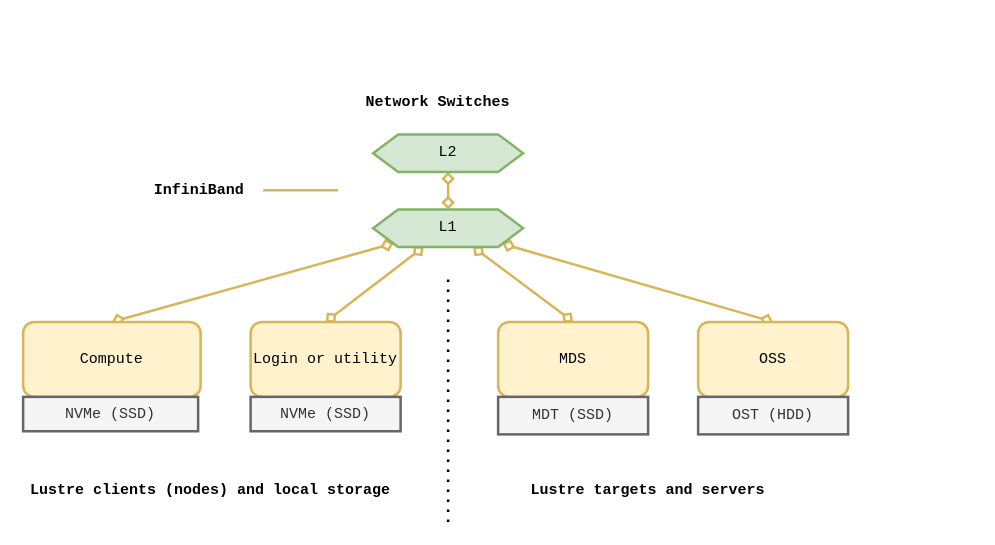
Before: content/figures/puhti-hardware.drawio in jaantollander/masters-thesis, a draw.io diagram. Source tidied: cells renumbered, new cells numbered last; positions are measured from the earlier drawing's top-left corner, leaving out a move shared by most shapes. Both pictures are drawn from the tidied source at 125%, with x=0, y=0 at pixel (22, 84).
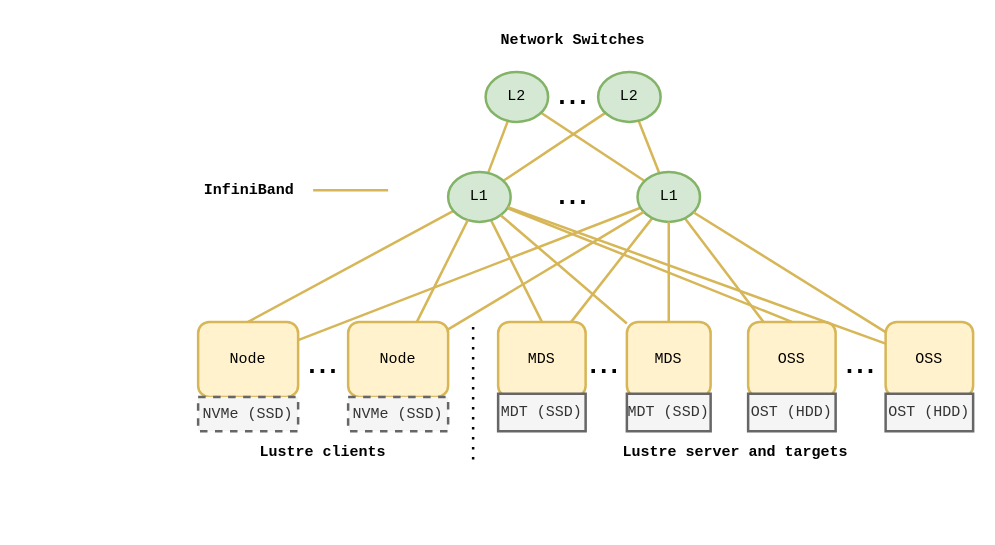
After the change.

Commit message (it also covers changes not shown here):
improved figure

Diff of the diagram source:
```diff
@@
-    <mxCell id="2" style="rounded=0;jettySize=auto;html=1;fillColor=#fff2cc;strokeColor=#d6b656;startArrow=diamond;startFill=0;endArrow=diamond;endFill=0;strokeWidth=2;fontFamily=Courier New;exitX=0.5;exitY=0;exitDx=0;exitDy=0;" parent="1" edge="1" source="3" target="11">
+    <mxCell id="2" style="rounded=0;jettySize=auto;html=1;fillColor=#fff2cc;strokeColor=#d6b656;startArrow=none;startFill=0;endArrow=none;endFill=0;strokeWidth=2;fontFamily=Courier New;exitX=0.5;exitY=0;exitDx=0;exitDy=0;" parent="1" edge="1" source="3" target="11">
       <mxGeometry relative="1" as="geometry" />
     </mxCell>
+    <mxCell id="23" style="edgeStyle=none;rounded=0;jettySize=auto;html=1;strokeWidth=2;startArrow=none;startFill=0;endArrow=none;endFill=0;fillColor=#fff2cc;strokeColor=#d6b656;" parent="1" edge="1" source="3" target="30">
+      <mxGeometry relative="1" as="geometry" />
+    </mxCell>
-    <mxCell id="3" value="Compute" style="rounded=1;whiteSpace=wrap;html=1;strokeWidth=2;fontFamily=Courier New;fillColor=#fff2cc;strokeColor=#d6b656;" parent="1" vertex="1">
-      <mxGeometry y="190" width="142" height="60" as="geometry" />
+    <mxCell id="3" value="Node" style="rounded=1;whiteSpace=wrap;html=1;strokeWidth=2;fontFamily=Courier New;fillColor=#fff2cc;strokeColor=#d6b656;" parent="1" vertex="1">
+      <mxGeometry x="140" y="190" width="80" height="60" as="geometry" />
     </mxCell>
-    <mxCell id="4" style="rounded=0;jettySize=auto;html=1;fillColor=#fff2cc;strokeColor=#d6b656;endArrow=diamond;endFill=0;strokeWidth=2;startArrow=diamond;startFill=0;fontFamily=Courier New;exitX=0.5;exitY=0;exitDx=0;exitDy=0;" parent="1" edge="1" source="5" target="11">
-      <mxGeometry relative="1" as="geometry" />
-    </mxCell>
-    <mxCell id="5" value="Login or utility" style="rounded=1;whiteSpace=wrap;html=1;strokeWidth=2;fontFamily=Courier New;fillColor=#fff2cc;strokeColor=#d6b656;" parent="1" vertex="1">
-      <mxGeometry x="182" y="190" width="120" height="60" as="geometry" />
-    </mxCell>
-    <mxCell id="6" style="rounded=0;jettySize=auto;html=1;fillColor=#fff2cc;strokeColor=#d6b656;endArrow=diamond;endFill=0;strokeWidth=2;startArrow=diamond;startFill=0;fontFamily=Courier New;exitX=0.5;exitY=0;exitDx=0;exitDy=0;" parent="1" edge="1" source="7" target="11">
+    <mxCell id="6" style="rounded=0;jettySize=auto;html=1;fillColor=#fff2cc;strokeColor=#d6b656;endArrow=none;endFill=0;strokeWidth=2;startArrow=none;startFill=0;fontFamily=Courier New;exitX=0.5;exitY=0;exitDx=0;exitDy=0;" parent="1" edge="1" source="7" target="11">
       <mxGeometry relative="1" as="geometry" />
     </mxCell>
+    <mxCell id="24" style="edgeStyle=none;rounded=0;jettySize=auto;html=1;strokeWidth=2;startArrow=none;startFill=0;endArrow=none;endFill=0;fillColor=#fff2cc;strokeColor=#d6b656;" parent="1" edge="1" source="7" target="30">
+      <mxGeometry relative="1" as="geometry" />
+    </mxCell>
     <mxCell id="7" value="MDS" style="rounded=1;whiteSpace=wrap;html=1;strokeWidth=2;fontFamily=Courier New;fillColor=#fff2cc;strokeColor=#d6b656;" parent="1" vertex="1">
-      <mxGeometry x="380" y="190" width="120" height="60" as="geometry" />
+      <mxGeometry x="380" y="190" width="70" height="60" as="geometry" />
     </mxCell>
-    <mxCell id="8" style="rounded=0;jettySize=auto;html=1;fillColor=#fff2cc;strokeColor=#d6b656;endArrow=diamond;endFill=0;strokeWidth=2;startArrow=diamond;startFill=0;fontFamily=Courier New;exitX=0.5;exitY=0;exitDx=0;exitDy=0;" parent="1" edge="1" source="9" target="11">
+    <mxCell id="8" style="rounded=0;jettySize=auto;html=1;fillColor=#fff2cc;strokeColor=#d6b656;endArrow=none;endFill=0;strokeWidth=2;startArrow=none;startFill=0;fontFamily=Courier New;exitX=0.5;exitY=0;exitDx=0;exitDy=0;" parent="1" edge="1" source="9" target="11">
       <mxGeometry relative="1" as="geometry" />
     </mxCell>
+    <mxCell id="25" style="edgeStyle=none;rounded=0;jettySize=auto;html=1;strokeWidth=2;startArrow=none;startFill=0;endArrow=none;endFill=0;fillColor=#fff2cc;strokeColor=#d6b656;" parent="1" edge="1" source="9" target="30">
+      <mxGeometry relative="1" as="geometry" />
+    </mxCell>
     <mxCell id="9" value="OSS" style="rounded=1;whiteSpace=wrap;html=1;strokeWidth=2;fontFamily=Courier New;fillColor=#fff2cc;strokeColor=#d6b656;" parent="1" vertex="1">
-      <mxGeometry x="540" y="190" width="120" height="60" as="geometry" />
+      <mxGeometry x="580" y="190" width="70" height="60" as="geometry" />
     </mxCell>
-    <mxCell id="10" style="rounded=0;jettySize=auto;html=1;strokeWidth=2;endArrow=diamond;endFill=0;startArrow=diamond;startFill=0;fillColor=#fff2cc;strokeColor=#d6b656;fontFamily=Courier New;" parent="1" edge="1" source="11" target="16">
-      <mxGeometry relative="1" as="geometry" />
-    </mxCell>
+    <mxCell id="26" style="rounded=0;jettySize=auto;html=1;startArrow=none;startFill=0;endArrow=none;endFill=0;fillColor=#fff2cc;strokeColor=#d6b656;strokeWidth=2;" parent="1" edge="1" source="11" target="31">
+      <mxGeometry relative="1" as="geometry" />
+    </mxCell>
+    <mxCell id="27" style="edgeStyle=none;rounded=0;jettySize=auto;html=1;strokeWidth=2;startArrow=none;startFill=0;endArrow=none;endFill=0;fillColor=#fff2cc;strokeColor=#d6b656;" parent="1" edge="1" source="11" target="32">
+      <mxGeometry relative="1" as="geometry" />
+    </mxCell>
-    <mxCell id="11" value="&lt;div&gt;L1&lt;/div&gt;" style="shape=hexagon;perimeter=hexagonPerimeter2;whiteSpace=wrap;html=1;fixedSize=1;fontFamily=Courier New;fontSize=12;align=center;strokeColor=#82b366;strokeWidth=2;fillColor=#d5e8d4;" parent="1" vertex="1">
-      <mxGeometry x="280" y="100" width="120" height="30" as="geometry" />
+    <mxCell id="11" value="&lt;div&gt;L1&lt;/div&gt;" style="ellipse;whiteSpace=wrap;html=1;fontFamily=Courier New;fontSize=12;fontColor=default;align=center;strokeColor=#82b366;strokeWidth=2;fillColor=#d5e8d4;" parent="1" vertex="1">
+      <mxGeometry x="340" y="70" width="50" height="40" as="geometry" />
     </mxCell>
     <mxCell id="12" value="MDT (SSD)" style="rounded=0;whiteSpace=wrap;html=1;fontFamily=Courier New;fontSize=12;align=center;strokeColor=#666666;strokeWidth=2;fillColor=#f5f5f5;fontColor=#333333;" parent="1" vertex="1">
-      <mxGeometry x="380" y="250" width="120" height="30" as="geometry" />
+      <mxGeometry x="380" y="247.5" width="70" height="30" as="geometry" />
     </mxCell>
     <mxCell id="13" value="OST (HDD)" style="rounded=0;whiteSpace=wrap;html=1;fontFamily=Courier New;fontSize=12;align=center;strokeColor=#666666;strokeWidth=2;fillColor=#f5f5f5;fontColor=#333333;" parent="1" vertex="1">
-      <mxGeometry x="540" y="250" width="120" height="30" as="geometry" />
+      <mxGeometry x="580" y="247.5" width="70" height="30" as="geometry" />
     </mxCell>
-    <mxCell id="14" value="&lt;div&gt;Lustre clients (nodes) and local storage&lt;/div&gt;" style="text;html=1;strokeColor=none;fillColor=none;align=center;verticalAlign=middle;whiteSpace=wrap;rounded=0;dashed=1;fontFamily=Courier New;fontStyle=1;" parent="1" vertex="1">
-      <mxGeometry y="310" width="300" height="30" as="geometry" />
+    <mxCell id="14" value="&lt;div&gt;Lustre clients&lt;/div&gt;" style="text;html=1;strokeColor=none;fillColor=none;align=center;verticalAlign=middle;whiteSpace=wrap;rounded=0;dashed=1;fontFamily=Courier New;fontStyle=1;" parent="1" vertex="1">
+      <mxGeometry x="140" y="280" width="200" height="30" as="geometry" />
     </mxCell>
-    <mxCell id="15" value="Lustre targets and servers" style="text;html=1;strokeColor=none;fillColor=none;align=center;verticalAlign=middle;whiteSpace=wrap;rounded=0;dashed=1;fontFamily=Courier New;fontStyle=1;" parent="1" vertex="1">
-      <mxGeometry x="400" y="310" width="200" height="30" as="geometry" />
+    <mxCell id="15" value="Lustre server and targets" style="text;html=1;strokeColor=none;fillColor=none;align=center;verticalAlign=middle;whiteSpace=wrap;rounded=0;dashed=1;fontFamily=Courier New;fontStyle=1;" parent="1" vertex="1">
+      <mxGeometry x="380" y="280" width="380" height="30" as="geometry" />
     </mxCell>
-    <mxCell id="16" value="L2" style="shape=hexagon;perimeter=hexagonPerimeter2;whiteSpace=wrap;html=1;fixedSize=1;fontFamily=Courier New;fontSize=12;align=center;strokeColor=#82b366;strokeWidth=2;fillColor=#d5e8d4;" parent="1" vertex="1">
-      <mxGeometry x="280" y="40" width="120" height="30" as="geometry" />
-    </mxCell>
     <mxCell id="17" value="Network Switches" style="text;html=1;strokeColor=none;fillColor=none;align=center;verticalAlign=middle;whiteSpace=wrap;rounded=0;fontFamily=Courier New;fontStyle=1;" parent="1" vertex="1">
-      <mxGeometry x="272" width="120" height="30" as="geometry" />
+      <mxGeometry x="380" y="-50" width="120" height="30" as="geometry" />
     </mxCell>
     <mxCell id="18" value="InfiniBand" style="text;html=1;strokeColor=none;fillColor=none;align=center;verticalAlign=middle;whiteSpace=wrap;rounded=0;shadow=0;glass=0;sketch=1;fontFamily=Courier New;fontStyle=1;" parent="1" vertex="1">
-      <mxGeometry x="100" y="70" width="82" height="30" as="geometry" />
+      <mxGeometry x="140" y="70" width="82" height="30" as="geometry" />
     </mxCell>
     <mxCell id="19" style="endArrow=none;html=1;rounded=0;fillColor=#fff2cc;strokeColor=#d6b656;strokeWidth=2;fontFamily=Courier New;" parent="1" edge="1">
       <mxGeometry relative="1" as="geometry">
-        <mxPoint x="192" y="84.7" as="sourcePoint" />
-        <mxPoint x="252" y="84.7" as="targetPoint" />
+        <mxPoint x="232" y="84.7" as="sourcePoint" />
+        <mxPoint x="292" y="84.7" as="targetPoint" />
       </mxGeometry>
     </mxCell>
-    <mxCell id="20" value="NVMe (SSD)" style="rounded=0;whiteSpace=wrap;html=1;fontFamily=Courier New;fontSize=12;align=center;strokeColor=#666666;strokeWidth=2;fillColor=#f5f5f5;fontColor=#333333;" parent="1" vertex="1">
-      <mxGeometry x="182" y="250" width="120" height="27.5" as="geometry" />
-    </mxCell>
-    <mxCell id="21" value="NVMe (SSD)" style="rounded=0;whiteSpace=wrap;html=1;fontFamily=Courier New;fontSize=12;align=center;strokeColor=#666666;strokeWidth=2;fillColor=#f5f5f5;fontColor=#333333;" parent="1" vertex="1">
-      <mxGeometry y="250" width="140" height="27.5" as="geometry" />
+    <mxCell id="21" value="NVMe (SSD)" style="rounded=0;whiteSpace=wrap;html=1;fontFamily=Courier New;fontSize=12;align=center;strokeColor=#666666;strokeWidth=2;fillColor=#f5f5f5;fontColor=#333333;dashed=1;" parent="1" vertex="1">
+      <mxGeometry x="140" y="250" width="80" height="27.5" as="geometry" />
     </mxCell>
     <mxCell id="22" style="endArrow=none;dashed=1;html=1;dashPattern=1 3;strokeWidth=2;rounded=0;" parent="1" edge="1">
       <mxGeometry relative="1" as="geometry">
-        <mxPoint x="340" y="350" as="sourcePoint" />
-        <mxPoint x="340" y="150" as="targetPoint" />
+        <mxPoint x="360" y="300" as="sourcePoint" />
+        <mxPoint x="360" y="190" as="targetPoint" />
       </mxGeometry>
     </mxCell>
+    <mxCell id="28" style="edgeStyle=none;rounded=0;jettySize=auto;html=1;strokeWidth=2;startArrow=none;startFill=0;endArrow=none;endFill=0;fillColor=#fff2cc;strokeColor=#d6b656;" parent="1" edge="1" source="30" target="31">
+      <mxGeometry relative="1" as="geometry" />
+    </mxCell>
+    <mxCell id="29" style="edgeStyle=none;rounded=0;jettySize=auto;html=1;strokeWidth=2;startArrow=none;startFill=0;endArrow=none;endFill=0;fillColor=#fff2cc;strokeColor=#d6b656;" parent="1" edge="1" source="30" target="32">
+      <mxGeometry relative="1" as="geometry" />
+    </mxCell>
+    <mxCell id="30" value="&lt;div&gt;L1&lt;/div&gt;" style="ellipse;whiteSpace=wrap;html=1;fontFamily=Courier New;fontSize=12;fontColor=default;align=center;strokeColor=#82b366;strokeWidth=2;fillColor=#d5e8d4;" parent="1" vertex="1">
+      <mxGeometry x="491.5" y="70" width="50" height="40" as="geometry" />
+    </mxCell>
+    <mxCell id="31" value="&lt;div&gt;L2&lt;/div&gt;" style="ellipse;whiteSpace=wrap;html=1;fontFamily=Courier New;fontSize=12;fontColor=default;align=center;strokeColor=#82b366;strokeWidth=2;fillColor=#d5e8d4;" parent="1" vertex="1">
+      <mxGeometry x="370" y="-10" width="50" height="40" as="geometry" />
+    </mxCell>
+    <mxCell id="32" value="&lt;div&gt;L2&lt;/div&gt;" style="ellipse;whiteSpace=wrap;html=1;fontFamily=Courier New;fontSize=12;fontColor=default;align=center;strokeColor=#82b366;strokeWidth=2;fillColor=#d5e8d4;" parent="1" vertex="1">
+      <mxGeometry x="460" y="-10" width="50" height="40" as="geometry" />
+    </mxCell>
+    <mxCell id="33" style="edgeStyle=none;rounded=0;jettySize=auto;html=1;strokeWidth=2;startArrow=none;startFill=0;endArrow=none;endFill=0;fillColor=#fff2cc;strokeColor=#d6b656;" parent="1" edge="1" source="35" target="30">
+      <mxGeometry relative="1" as="geometry" />
+    </mxCell>
+    <mxCell id="34" style="edgeStyle=none;rounded=0;jettySize=auto;html=1;strokeWidth=2;startArrow=none;startFill=0;endArrow=none;endFill=0;fillColor=#fff2cc;strokeColor=#d6b656;" parent="1" edge="1" source="35" target="11">
+      <mxGeometry relative="1" as="geometry" />
+    </mxCell>
+    <mxCell id="35" value="OSS" style="rounded=1;whiteSpace=wrap;html=1;strokeWidth=2;fontFamily=Courier New;fillColor=#fff2cc;strokeColor=#d6b656;" parent="1" vertex="1">
+      <mxGeometry x="690" y="190" width="70" height="60" as="geometry" />
+    </mxCell>
+    <mxCell id="36" value="OST (HDD)" style="rounded=0;whiteSpace=wrap;html=1;fontFamily=Courier New;fontSize=12;align=center;strokeColor=#666666;strokeWidth=2;fillColor=#f5f5f5;fontColor=#333333;" parent="1" vertex="1">
+      <mxGeometry x="690" y="247.5" width="70" height="30" as="geometry" />
+    </mxCell>
+    <mxCell id="37" style="edgeStyle=none;rounded=0;jettySize=auto;html=1;strokeWidth=2;fontSize=20;startArrow=none;startFill=0;endArrow=none;endFill=0;fillColor=#fff2cc;strokeColor=#d6b656;" parent="1" edge="1" source="39" target="11">
+      <mxGeometry relative="1" as="geometry" />
+    </mxCell>
+    <mxCell id="38" style="edgeStyle=none;rounded=0;jettySize=auto;html=1;strokeWidth=2;fontSize=20;startArrow=none;startFill=0;endArrow=none;endFill=0;fillColor=#fff2cc;strokeColor=#d6b656;" parent="1" edge="1" source="39" target="30">
+      <mxGeometry relative="1" as="geometry" />
+    </mxCell>
+    <mxCell id="39" value="MDS" style="rounded=1;whiteSpace=wrap;html=1;strokeWidth=2;fontFamily=Courier New;fillColor=#fff2cc;strokeColor=#d6b656;" parent="1" vertex="1">
+      <mxGeometry x="483" y="190" width="67" height="60" as="geometry" />
+    </mxCell>
+    <mxCell id="40" value="MDT (SSD)" style="rounded=0;whiteSpace=wrap;html=1;fontFamily=Courier New;fontSize=12;align=center;strokeColor=#666666;strokeWidth=2;fillColor=#f5f5f5;fontColor=#333333;" parent="1" vertex="1">
+      <mxGeometry x="483" y="247.5" width="67" height="30" as="geometry" />
+    </mxCell>
+    <mxCell id="41" value="..." style="text;html=1;strokeColor=none;fillColor=none;align=center;verticalAlign=middle;whiteSpace=wrap;rounded=0;strokeWidth=3;fontSize=30;" parent="1" vertex="1">
+      <mxGeometry x="435" y="205" width="60" height="30" as="geometry" />
+    </mxCell>
+    <mxCell id="42" value="..." style="text;html=1;strokeColor=none;fillColor=none;align=center;verticalAlign=middle;whiteSpace=wrap;rounded=0;strokeWidth=3;fontSize=30;" parent="1" vertex="1">
+      <mxGeometry x="640" y="205" width="60" height="30" as="geometry" />
+    </mxCell>
+    <mxCell id="43" style="edgeStyle=none;rounded=0;jettySize=auto;html=1;strokeWidth=2;fontSize=20;startArrow=none;startFill=0;endArrow=none;endFill=0;fillColor=#fff2cc;strokeColor=#d6b656;" parent="1" edge="1" source="45" target="11">
+      <mxGeometry relative="1" as="geometry" />
+    </mxCell>
+    <mxCell id="44" style="edgeStyle=none;rounded=0;jettySize=auto;html=1;strokeWidth=2;fontSize=20;startArrow=none;startFill=0;endArrow=none;endFill=0;fillColor=#fff2cc;strokeColor=#d6b656;" parent="1" edge="1" source="45" target="30">
+      <mxGeometry relative="1" as="geometry" />
+    </mxCell>
+    <mxCell id="45" value="Node" style="rounded=1;whiteSpace=wrap;html=1;strokeWidth=2;fontFamily=Courier New;fillColor=#fff2cc;strokeColor=#d6b656;" parent="1" vertex="1">
+      <mxGeometry x="260" y="190" width="80" height="60" as="geometry" />
+    </mxCell>
+    <mxCell id="20" value="NVMe (SSD)" style="rounded=0;whiteSpace=wrap;html=1;fontFamily=Courier New;fontSize=12;align=center;strokeColor=#666666;strokeWidth=2;fillColor=#f5f5f5;fontColor=#333333;dashed=1;" parent="1" vertex="1">
+      <mxGeometry x="260" y="250" width="80" height="27.5" as="geometry" />
+    </mxCell>
+    <mxCell id="46" value="..." style="text;html=1;strokeColor=none;fillColor=none;align=center;verticalAlign=middle;whiteSpace=wrap;rounded=0;strokeWidth=3;fontSize=30;" parent="1" vertex="1">
+      <mxGeometry x="210" y="205" width="60" height="30" as="geometry" />
+    </mxCell>
+    <mxCell id="47" value="..." style="text;html=1;strokeColor=none;fillColor=none;align=center;verticalAlign=middle;whiteSpace=wrap;rounded=0;strokeWidth=3;fontSize=30;" parent="1" vertex="1">
+      <mxGeometry x="410" y="-10" width="60" height="30" as="geometry" />
+    </mxCell>
+    <mxCell id="48" value="..." style="text;html=1;strokeColor=none;fillColor=none;align=center;verticalAlign=middle;whiteSpace=wrap;rounded=0;strokeWidth=3;fontSize=30;" parent="1" vertex="1">
+      <mxGeometry x="410" y="70" width="60" height="30" as="geometry" />
+    </mxCell>
```
